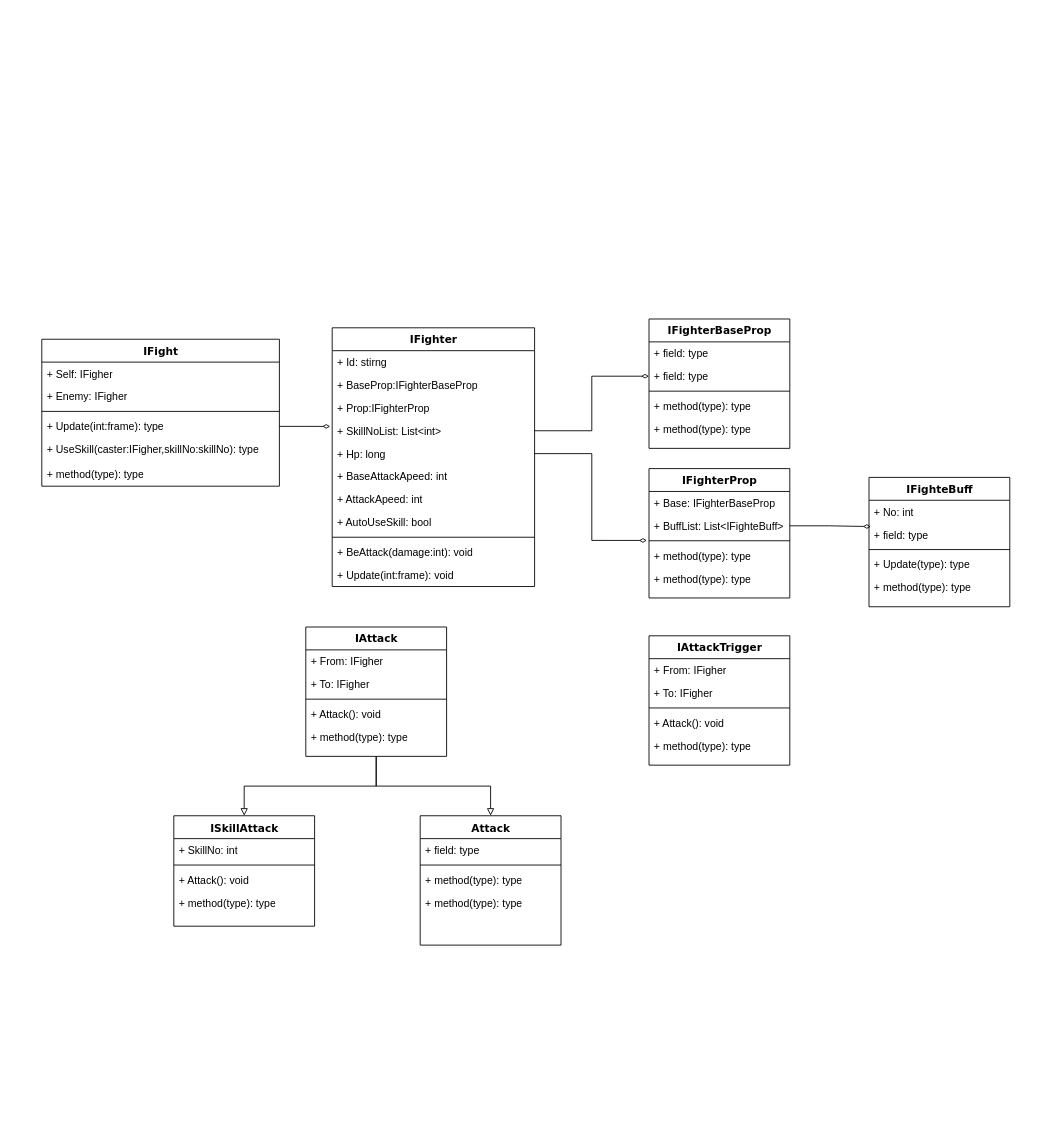
The draw.io diagram Untitled Diagram.drawio in LqMask/Draw, before the edit. Source tidied: cells renumbered, new cells numbered last; positions are measured from the earlier drawing's top-left corner, leaving out a move shared by most shapes. Both pictures are drawn from the tidied source at 88%, with x=0, y=0 at pixel (41, 319).
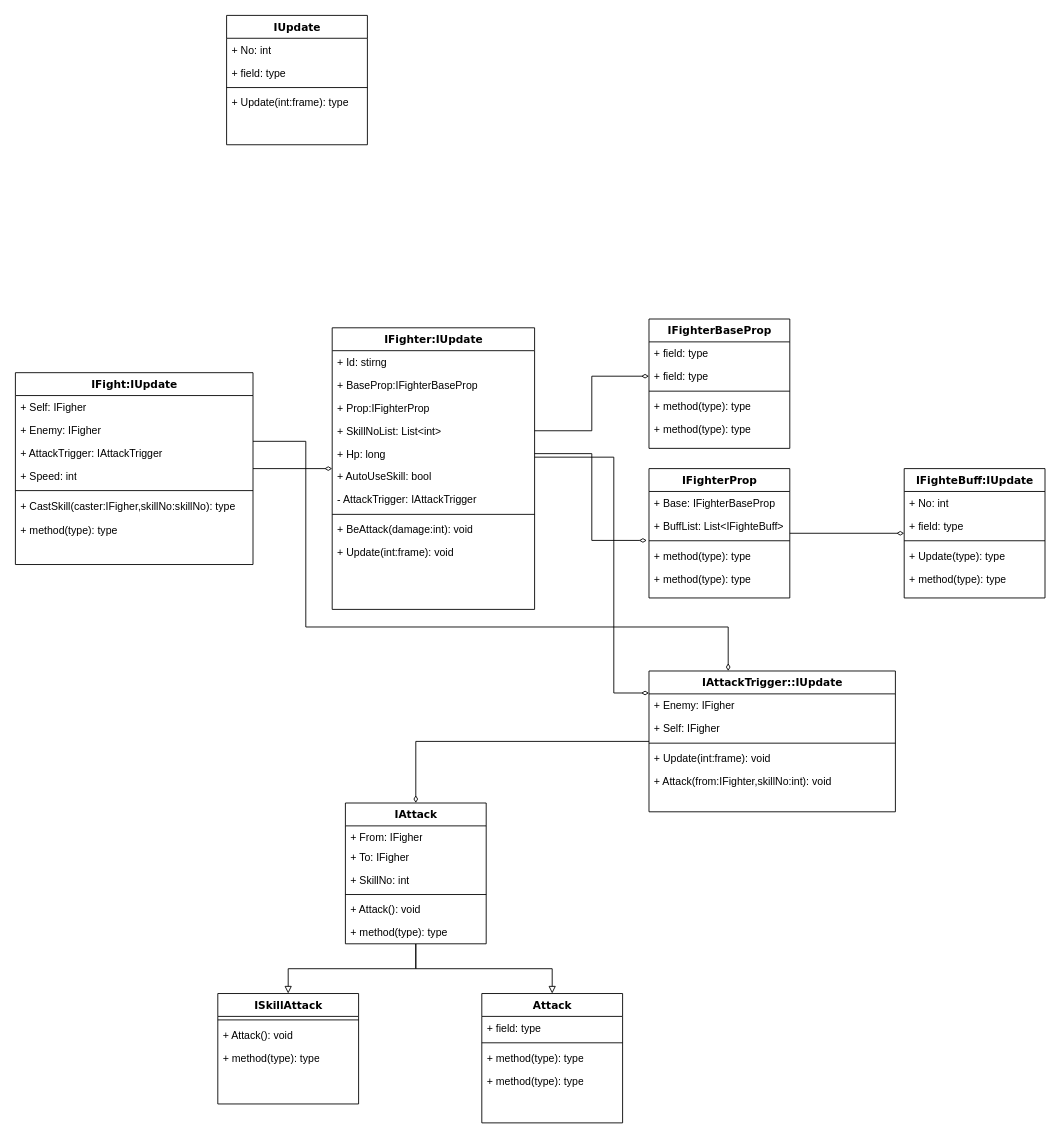
Above is the later version.

Unchanged cells that the change refers to:
```xml
<mxCell id="13" value="+ SkillNoList: List&amp;lt;int&amp;gt;" style="text;html=1;strokeColor=none;fillColor=none;align=left;verticalAlign=top;spacingLeft=4;spacingRight=4;whiteSpace=wrap;overflow=hidden;points=[[0,0.5],[1,0.5]];portConstraint=eastwest;" parent="9" vertex="1">
  <mxGeometry y="104" width="230" height="26" as="geometry" />
</mxCell>
<mxCell id="29" value="+ field: type" style="text;html=1;strokeColor=none;fillColor=none;align=left;verticalAlign=top;spacingLeft=4;spacingRight=4;whiteSpace=wrap;overflow=hidden;points=[[0,0.5],[1,0.5]];portConstraint=eastwest;" parent="27" vertex="1">
  <mxGeometry y="52" width="160" height="26" as="geometry" />
</mxCell>
<mxCell id="33" value="IFighterProp" style="swimlane;html=1;fontStyle=1;align=center;verticalAlign=top;horizontal=1;startSize=26;swimlaneFillColor=#ffffff;rounded=0;shadow=0;comic=0;labelBackgroundColor=none;strokeWidth=1;fillColor=none;fontFamily=Verdana;fontSize=12;" parent="1" vertex="1">
  <mxGeometry x="690" y="170" width="160" height="147" as="geometry" />
</mxCell>
<mxCell id="35" value="+ BuffList: List&amp;lt;IFighteBuff&amp;gt;" style="text;html=1;strokeColor=none;fillColor=none;align=left;verticalAlign=top;spacingLeft=4;spacingRight=4;whiteSpace=wrap;overflow=hidden;points=[[0,0.5],[1,0.5]];portConstraint=eastwest;" parent="33" vertex="1">
  <mxGeometry y="52" width="160" height="26" as="geometry" />
</mxCell>
```

What changed in the source:
```diff
@@
+    <mxCell id="67" style="edgeStyle=orthogonalEdgeStyle;rounded=0;jettySize=auto;html=1;endArrow=diamondThin;endFill=0;" parent="1" edge="1" source="2" target="61">
+      <mxGeometry relative="1" as="geometry">
+        <Array as="points">
+          <mxPoint x="300" y="139" />
+          <mxPoint x="300" y="350" />
+          <mxPoint x="780" y="350" />
+        </Array>
+      </mxGeometry>
+    </mxCell>
-    <mxCell id="2" value="IFight" style="swimlane;html=1;fontStyle=1;align=center;verticalAlign=top;horizontal=1;startSize=26;swimlaneFillColor=#ffffff;rounded=0;shadow=0;comic=0;labelBackgroundColor=none;strokeWidth=1;fillColor=none;fontFamily=Verdana;fontSize=12;" parent="1" vertex="1">
-      <mxGeometry y="23" width="270" height="167" as="geometry" />
+    <mxCell id="2" value="IFight:IUpdate" style="swimlane;html=1;fontStyle=1;align=center;verticalAlign=top;horizontal=1;startSize=26;swimlaneFillColor=#ffffff;rounded=0;shadow=0;comic=0;labelBackgroundColor=none;strokeWidth=1;fillColor=none;fontFamily=Verdana;fontSize=12;" parent="1" vertex="1">
+      <mxGeometry x="-30" y="61" width="270" height="218" as="geometry" />
     </mxCell>
@@
+    <mxCell id="68" value="+ AttackTrigger:&amp;nbsp;IAttackTrigger" style="text;html=1;strokeColor=none;fillColor=none;align=left;verticalAlign=top;spacingLeft=4;spacingRight=4;whiteSpace=wrap;overflow=hidden;" parent="2" vertex="1">
+      <mxGeometry y="78" width="270" height="26" as="geometry" />
+    </mxCell>
+    <mxCell id="69" value="+ Speed:&amp;nbsp;int" style="text;html=1;strokeColor=none;fillColor=none;align=left;verticalAlign=top;spacingLeft=4;spacingRight=4;whiteSpace=wrap;overflow=hidden;" parent="2" vertex="1">
+      <mxGeometry y="104" width="270" height="26" as="geometry" />
+    </mxCell>
     <mxCell id="5" style="line;html=1;strokeWidth=1;fillColor=none;align=left;verticalAlign=middle;spacingTop=-1;spacingLeft=3;spacingRight=3;labelPosition=right;" parent="2" vertex="1">
-      <mxGeometry y="78" width="270" height="8" as="geometry" />
+      <mxGeometry y="130" width="270" height="8" as="geometry" />
     </mxCell>
-    <mxCell id="6" value="+ Update(int:frame): type" style="text;html=1;strokeColor=none;fillColor=none;align=left;verticalAlign=top;spacingLeft=4;spacingRight=4;whiteSpace=wrap;overflow=hidden;points=[[0,0.5],[1,0.5]];portConstraint=eastwest;" parent="2" vertex="1">
-      <mxGeometry y="86" width="270" height="26" as="geometry" />
-    </mxCell>
-    <mxCell id="7" value="+ UseSkill(caster:IFigher,skillNo:skillNo): type" style="text;html=1;strokeColor=none;fillColor=none;align=left;verticalAlign=top;spacingLeft=4;spacingRight=4;whiteSpace=wrap;overflow=hidden;" parent="2" vertex="1">
-      <mxGeometry y="112" width="270" height="28" as="geometry" />
+    <mxCell id="7" value="+ CastSkill(caster:IFigher,skillNo:skillNo): type" style="text;html=1;strokeColor=none;fillColor=none;align=left;verticalAlign=top;spacingLeft=4;spacingRight=4;whiteSpace=wrap;overflow=hidden;" parent="2" vertex="1">
+      <mxGeometry y="138" width="270" height="28" as="geometry" />
     </mxCell>
     <mxCell id="8" value="+ method(type): type" style="text;html=1;strokeColor=none;fillColor=none;align=left;verticalAlign=top;spacingLeft=4;spacingRight=4;whiteSpace=wrap;overflow=hidden;" parent="2" vertex="1">
-      <mxGeometry y="140" width="270" height="26" as="geometry" />
+      <mxGeometry y="166" width="270" height="26" as="geometry" />
     </mxCell>
-    <mxCell id="9" value="IFighter" style="swimlane;html=1;fontStyle=1;align=center;verticalAlign=top;horizontal=1;startSize=26;swimlaneFillColor=#ffffff;rounded=0;shadow=0;comic=0;labelBackgroundColor=none;strokeWidth=1;fillColor=none;fontFamily=Verdana;fontSize=12;" parent="1" vertex="1">
-      <mxGeometry x="330" y="10" width="230" height="294" as="geometry" />
+    <mxCell id="9" value="IFighter:IUpdate" style="swimlane;html=1;fontStyle=1;align=center;verticalAlign=top;horizontal=1;startSize=26;swimlaneFillColor=#ffffff;rounded=0;shadow=0;comic=0;labelBackgroundColor=none;strokeWidth=1;fillColor=none;fontFamily=Verdana;fontSize=12;" parent="1" vertex="1">
+      <mxGeometry x="330" y="10" width="230" height="320" as="geometry" />
     </mxCell>
@@
-    <mxCell id="15" value="+ BaseAttackApeed: int" style="text;html=1;strokeColor=none;fillColor=none;align=left;verticalAlign=top;spacingLeft=4;spacingRight=4;whiteSpace=wrap;overflow=hidden;" parent="9" vertex="1">
-      <mxGeometry y="156" width="230" height="26" as="geometry" />
-    </mxCell>
-    <mxCell id="16" value="+ AttackApeed: int" style="text;html=1;strokeColor=none;fillColor=none;align=left;verticalAlign=top;spacingLeft=4;spacingRight=4;whiteSpace=wrap;overflow=hidden;" parent="9" vertex="1">
-      <mxGeometry y="182" width="230" height="26" as="geometry" />
-    </mxCell>
     <mxCell id="17" value="+ AutoUseSkill: bool" style="text;html=1;strokeColor=none;fillColor=none;align=left;verticalAlign=top;spacingLeft=4;spacingRight=4;whiteSpace=wrap;overflow=hidden;" parent="9" vertex="1">
-      <mxGeometry y="208" width="230" height="26" as="geometry" />
+      <mxGeometry y="156" width="230" height="26" as="geometry" />
     </mxCell>
+    <mxCell id="70" value="- AttackTrigger:&amp;nbsp;IAttackTrigger" style="text;html=1;strokeColor=none;fillColor=none;align=left;verticalAlign=top;spacingLeft=4;spacingRight=4;whiteSpace=wrap;overflow=hidden;" parent="9" vertex="1">
+      <mxGeometry y="182" width="230" height="26" as="geometry" />
+    </mxCell>
     <mxCell id="18" style="line;html=1;strokeWidth=1;fillColor=none;align=left;verticalAlign=middle;spacingTop=-1;spacingLeft=3;spacingRight=3;labelPosition=right;" parent="9" vertex="1">
-      <mxGeometry y="234" width="230" height="8" as="geometry" />
+      <mxGeometry y="208" width="230" height="8" as="geometry" />
     </mxCell>
     <mxCell id="19" value="+ BeAttack(damage:int): void" style="text;html=1;strokeColor=none;fillColor=none;align=left;verticalAlign=top;spacingLeft=4;spacingRight=4;whiteSpace=wrap;overflow=hidden;" parent="9" vertex="1">
-      <mxGeometry y="242" width="230" height="26" as="geometry" />
+      <mxGeometry y="216" width="230" height="26" as="geometry" />
     </mxCell>
     <mxCell id="20" value="+ Update(int:frame): void" style="text;html=1;strokeColor=none;fillColor=none;align=left;verticalAlign=top;spacingLeft=4;spacingRight=4;whiteSpace=wrap;overflow=hidden;" parent="9" vertex="1">
-      <mxGeometry y="268" width="230" height="26" as="geometry" />
+      <mxGeometry y="242" width="230" height="26" as="geometry" />
     </mxCell>
@@
-    <mxCell id="27" value="IFighteBuff" style="swimlane;html=1;fontStyle=1;align=center;verticalAlign=top;horizontal=1;startSize=26;swimlaneFillColor=#ffffff;rounded=0;shadow=0;comic=0;labelBackgroundColor=none;strokeWidth=1;fillColor=none;fontFamily=Verdana;fontSize=12;" parent="1" vertex="1">
-      <mxGeometry x="940" y="180" width="160" height="147" as="geometry" />
+    <mxCell id="27" value="IFighteBuff:IUpdate" style="swimlane;html=1;fontStyle=1;align=center;verticalAlign=top;horizontal=1;startSize=26;swimlaneFillColor=#ffffff;rounded=0;shadow=0;comic=0;labelBackgroundColor=none;strokeWidth=1;fillColor=none;fontFamily=Verdana;fontSize=12;" parent="1" vertex="1">
+      <mxGeometry x="980" y="170" width="160" height="147" as="geometry" />
     </mxCell>
@@
     <mxCell id="41" value="IAttack" style="swimlane;html=1;fontStyle=1;align=center;verticalAlign=top;horizontal=1;startSize=26;swimlaneFillColor=#ffffff;rounded=0;shadow=0;comic=0;labelBackgroundColor=none;strokeWidth=1;fillColor=none;fontFamily=Verdana;fontSize=12;" parent="1" vertex="1">
-      <mxGeometry x="300" y="350" width="160" height="147" as="geometry" />
+      <mxGeometry x="345" y="550" width="160" height="160" as="geometry" />
     </mxCell>
     <mxCell id="42" value="+ From: IFigher" style="text;html=1;strokeColor=none;fillColor=none;align=left;verticalAlign=top;spacingLeft=4;spacingRight=4;whiteSpace=wrap;overflow=hidden;" parent="41" vertex="1">
-      <mxGeometry y="26" width="160" height="26" as="geometry" />
+      <mxGeometry y="26" width="160" height="22" as="geometry" />
     </mxCell>
     <mxCell id="43" value="+ To: IFigher" style="text;html=1;strokeColor=none;fillColor=none;align=left;verticalAlign=top;spacingLeft=4;spacingRight=4;whiteSpace=wrap;overflow=hidden;" parent="41" vertex="1">
-      <mxGeometry y="52" width="160" height="26" as="geometry" />
+      <mxGeometry y="48" width="160" height="26" as="geometry" />
     </mxCell>
+    <mxCell id="48" value="+ SkillNo: int" style="text;html=1;strokeColor=none;fillColor=none;align=left;verticalAlign=top;spacingLeft=4;spacingRight=4;whiteSpace=wrap;overflow=hidden;" parent="41" vertex="1">
+      <mxGeometry y="74" width="160" height="26" as="geometry" />
+    </mxCell>
     <mxCell id="44" style="line;html=1;strokeWidth=1;fillColor=none;align=left;verticalAlign=middle;spacingTop=-1;spacingLeft=3;spacingRight=3;labelPosition=right;" parent="41" vertex="1">
-      <mxGeometry y="78" width="160" height="8" as="geometry" />
+      <mxGeometry y="100" width="160" height="8" as="geometry" />
     </mxCell>
     <mxCell id="45" value="+ Attack(): void" style="text;html=1;strokeColor=none;fillColor=none;align=left;verticalAlign=top;spacingLeft=4;spacingRight=4;whiteSpace=wrap;overflow=hidden;" parent="41" vertex="1">
-      <mxGeometry y="86" width="160" height="26" as="geometry" />
+      <mxGeometry y="108" width="160" height="26" as="geometry" />
     </mxCell>
     <mxCell id="46" value="+ method(type): type" style="text;html=1;strokeColor=none;fillColor=none;align=left;verticalAlign=top;spacingLeft=4;spacingRight=4;whiteSpace=wrap;overflow=hidden;" parent="41" vertex="1">
-      <mxGeometry y="112" width="160" height="26" as="geometry" />
+      <mxGeometry y="134" width="160" height="26" as="geometry" />
     </mxCell>
     <mxCell id="47" value="ISkillAttack" style="swimlane;html=1;fontStyle=1;align=center;verticalAlign=top;horizontal=1;startSize=26;swimlaneFillColor=#ffffff;rounded=0;shadow=0;comic=0;labelBackgroundColor=none;strokeWidth=1;fillColor=none;fontFamily=Verdana;fontSize=12;" parent="1" vertex="1">
-      <mxGeometry x="150" y="564.5" width="160" height="125.5" as="geometry" />
+      <mxGeometry x="200" y="766.5" width="160" height="125.5" as="geometry" />
     </mxCell>
-    <mxCell id="48" value="+ SkillNo: int" style="text;html=1;strokeColor=none;fillColor=none;align=left;verticalAlign=top;spacingLeft=4;spacingRight=4;whiteSpace=wrap;overflow=hidden;" parent="47" vertex="1">
-      <mxGeometry y="26" width="160" height="26" as="geometry" />
-    </mxCell>
     <mxCell id="49" style="line;html=1;strokeWidth=1;fillColor=none;align=left;verticalAlign=middle;spacingTop=-1;spacingLeft=3;spacingRight=3;labelPosition=right;" parent="47" vertex="1">
-      <mxGeometry y="52" width="160" height="8" as="geometry" />
+      <mxGeometry y="26" width="160" height="8" as="geometry" />
     </mxCell>
     <mxCell id="50" value="+ Attack(): void" style="text;html=1;strokeColor=none;fillColor=none;align=left;verticalAlign=top;spacingLeft=4;spacingRight=4;whiteSpace=wrap;overflow=hidden;" parent="47" vertex="1">
-      <mxGeometry y="60" width="160" height="26" as="geometry" />
+      <mxGeometry y="34" width="160" height="26" as="geometry" />
     </mxCell>
     <mxCell id="51" value="+ method(type): type" style="text;html=1;strokeColor=none;fillColor=none;align=left;verticalAlign=top;spacingLeft=4;spacingRight=4;whiteSpace=wrap;overflow=hidden;" parent="47" vertex="1">
-      <mxGeometry y="86" width="160" height="26" as="geometry" />
+      <mxGeometry y="60" width="160" height="26" as="geometry" />
     </mxCell>
     <mxCell id="52" value="Attack" style="swimlane;html=1;fontStyle=1;align=center;verticalAlign=top;horizontal=1;startSize=26;swimlaneFillColor=#ffffff;rounded=0;shadow=0;comic=0;labelBackgroundColor=none;strokeWidth=1;fillColor=none;fontFamily=Verdana;fontSize=12;" parent="1" vertex="1">
-      <mxGeometry x="430" y="564.5" width="160" height="147" as="geometry" />
+      <mxGeometry x="500" y="766.5" width="160" height="147" as="geometry" />
     </mxCell>
@@
-    <mxCell id="57" style="edgeStyle=orthogonalEdgeStyle;rounded=0;jettySize=auto;html=1;exitX=1;exitY=0.5;exitDx=0;exitDy=0;endArrow=diamondThin;endFill=0;entryX=-0.01;entryY=0.31;entryDx=0;entryDy=0;entryPerimeter=0;" parent="1" edge="1" source="6" target="13">
+    <mxCell id="57" style="edgeStyle=orthogonalEdgeStyle;rounded=0;jettySize=auto;html=1;endArrow=diamondThin;endFill=0;" parent="1" edge="1" source="2" target="9">
       <mxGeometry relative="1" as="geometry" />
     </mxCell>
@@
-    <mxCell id="60" style="edgeStyle=orthogonalEdgeStyle;rounded=0;jettySize=auto;html=1;entryX=0.013;entryY=0.149;entryDx=0;entryDy=0;entryPerimeter=0;endArrow=diamondThin;endFill=0;" parent="1" edge="1" source="35" target="29">
-      <mxGeometry relative="1" as="geometry" />
-    </mxCell>
+    <mxCell id="71" style="edgeStyle=orthogonalEdgeStyle;rounded=0;jettySize=auto;html=1;entryX=0.5;entryY=0;entryDx=0;entryDy=0;endArrow=diamondThin;endFill=0;" parent="1" edge="1" source="61" target="41">
+      <mxGeometry relative="1" as="geometry" />
+    </mxCell>
-    <mxCell id="61" value="IAttackTrigger" style="swimlane;html=1;fontStyle=1;align=center;verticalAlign=top;horizontal=1;startSize=26;swimlaneFillColor=#ffffff;rounded=0;shadow=0;comic=0;labelBackgroundColor=none;strokeWidth=1;fillColor=none;fontFamily=Verdana;fontSize=12;" parent="1" vertex="1">
-      <mxGeometry x="690" y="360" width="160" height="147" as="geometry" />
+    <mxCell id="61" value="IAttackTrigger::IUpdate" style="swimlane;html=1;fontStyle=1;align=center;verticalAlign=top;horizontal=1;startSize=26;swimlaneFillColor=#ffffff;rounded=0;shadow=0;comic=0;labelBackgroundColor=none;strokeWidth=1;fillColor=none;fontFamily=Verdana;fontSize=12;" parent="1" vertex="1">
+      <mxGeometry x="690" y="400" width="280" height="160" as="geometry" />
     </mxCell>
-    <mxCell id="62" value="+ From: IFigher" style="text;html=1;strokeColor=none;fillColor=none;align=left;verticalAlign=top;spacingLeft=4;spacingRight=4;whiteSpace=wrap;overflow=hidden;" parent="61" vertex="1">
-      <mxGeometry y="26" width="160" height="26" as="geometry" />
-    </mxCell>
-    <mxCell id="63" value="+ To: IFigher" style="text;html=1;strokeColor=none;fillColor=none;align=left;verticalAlign=top;spacingLeft=4;spacingRight=4;whiteSpace=wrap;overflow=hidden;" parent="61" vertex="1">
-      <mxGeometry y="52" width="160" height="26" as="geometry" />
-    </mxCell>
+    <mxCell id="72" value="+ Enemy:&amp;nbsp;IFigher" style="text;html=1;strokeColor=none;fillColor=none;align=left;verticalAlign=top;spacingLeft=4;spacingRight=4;whiteSpace=wrap;overflow=hidden;" parent="61" vertex="1">
+      <mxGeometry y="26" width="280" height="26" as="geometry" />
+    </mxCell>
+    <mxCell id="73" value="+ Self:&amp;nbsp;IFigher" style="text;html=1;strokeColor=none;fillColor=none;align=left;verticalAlign=top;spacingLeft=4;spacingRight=4;whiteSpace=wrap;overflow=hidden;" parent="61" vertex="1">
+      <mxGeometry y="52" width="280" height="26" as="geometry" />
+    </mxCell>
     <mxCell id="64" style="line;html=1;strokeWidth=1;fillColor=none;align=left;verticalAlign=middle;spacingTop=-1;spacingLeft=3;spacingRight=3;labelPosition=right;" parent="61" vertex="1">
-      <mxGeometry y="78" width="160" height="8" as="geometry" />
+      <mxGeometry y="78" width="280" height="8" as="geometry" />
     </mxCell>
-    <mxCell id="65" value="+ Attack(): void" style="text;html=1;strokeColor=none;fillColor=none;align=left;verticalAlign=top;spacingLeft=4;spacingRight=4;whiteSpace=wrap;overflow=hidden;" parent="61" vertex="1">
-      <mxGeometry y="86" width="160" height="26" as="geometry" />
+    <mxCell id="65" value="+ Update(int:frame): void" style="text;html=1;strokeColor=none;fillColor=none;align=left;verticalAlign=top;spacingLeft=4;spacingRight=4;whiteSpace=wrap;overflow=hidden;" parent="61" vertex="1">
+      <mxGeometry y="86" width="280" height="26" as="geometry" />
     </mxCell>
-    <mxCell id="66" value="+ method(type): type" style="text;html=1;strokeColor=none;fillColor=none;align=left;verticalAlign=top;spacingLeft=4;spacingRight=4;whiteSpace=wrap;overflow=hidden;" parent="61" vertex="1">
-      <mxGeometry y="112" width="160" height="26" as="geometry" />
+    <mxCell id="66" value="+ Attack(from:IFighter,skillNo:int): void" style="text;html=1;strokeColor=none;fillColor=none;align=left;verticalAlign=top;spacingLeft=4;spacingRight=4;whiteSpace=wrap;overflow=hidden;" parent="61" vertex="1">
+      <mxGeometry y="112" width="280" height="26" as="geometry" />
     </mxCell>
+    <mxCell id="74" value="IUpdate" style="swimlane;html=1;fontStyle=1;align=center;verticalAlign=top;horizontal=1;startSize=26;swimlaneFillColor=#ffffff;rounded=0;shadow=0;comic=0;labelBackgroundColor=none;strokeWidth=1;fillColor=none;fontFamily=Verdana;fontSize=12;" parent="1" vertex="1">
+      <mxGeometry x="210" y="-345" width="160" height="147" as="geometry" />
+    </mxCell>
+    <mxCell id="75" value="+ No: int" style="text;html=1;strokeColor=none;fillColor=none;align=left;verticalAlign=top;spacingLeft=4;spacingRight=4;whiteSpace=wrap;overflow=hidden;" parent="74" vertex="1">
+      <mxGeometry y="26" width="160" height="26" as="geometry" />
+    </mxCell>
+    <mxCell id="76" value="+ field: type" style="text;html=1;strokeColor=none;fillColor=none;align=left;verticalAlign=top;spacingLeft=4;spacingRight=4;whiteSpace=wrap;overflow=hidden;" parent="74" vertex="1">
+      <mxGeometry y="52" width="160" height="26" as="geometry" />
+    </mxCell>
+    <mxCell id="77" style="line;html=1;strokeWidth=1;fillColor=none;align=left;verticalAlign=middle;spacingTop=-1;spacingLeft=3;spacingRight=3;labelPosition=right;" parent="74" vertex="1">
+      <mxGeometry y="78" width="160" height="8" as="geometry" />
+    </mxCell>
+    <mxCell id="6" value="+ Update(int:frame): type" style="text;html=1;strokeColor=none;fillColor=none;align=left;verticalAlign=top;spacingLeft=4;spacingRight=4;whiteSpace=wrap;overflow=hidden;points=[[0,0.5],[1,0.5]];portConstraint=eastwest;" parent="74" vertex="1">
+      <mxGeometry y="86" width="160" height="26" as="geometry" />
+    </mxCell>
+    <mxCell id="60" style="edgeStyle=orthogonalEdgeStyle;rounded=0;jettySize=auto;html=1;endArrow=diamondThin;endFill=0;" parent="1" edge="1" source="33" target="27">
+      <mxGeometry relative="1" as="geometry" />
+    </mxCell>
+    <mxCell id="78" style="edgeStyle=orthogonalEdgeStyle;rounded=0;jettySize=auto;html=1;endArrow=diamondThin;endFill=0;" parent="1" edge="1" source="9" target="61">
+      <mxGeometry relative="1" as="geometry">
+        <Array as="points">
+          <mxPoint x="650" y="157" />
+          <mxPoint x="650" y="425" />
+        </Array>
+      </mxGeometry>
+    </mxCell>
```
